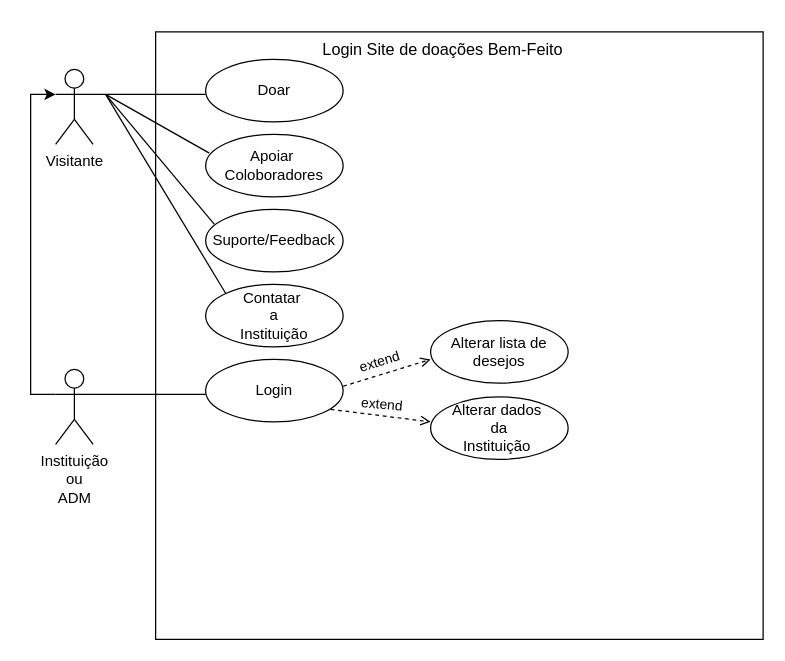
Before: casoDeUsoBemFeito.drawio in Jonathasin/Podre, a draw.io diagram. Source tidied: cells renumbered, new cells numbered last; positions are measured from the earlier drawing's top-left corner, leaving out a move shared by most shapes. Both pictures are drawn from the tidied source at 125%, with x=0, y=0 at pixel (55, 21).
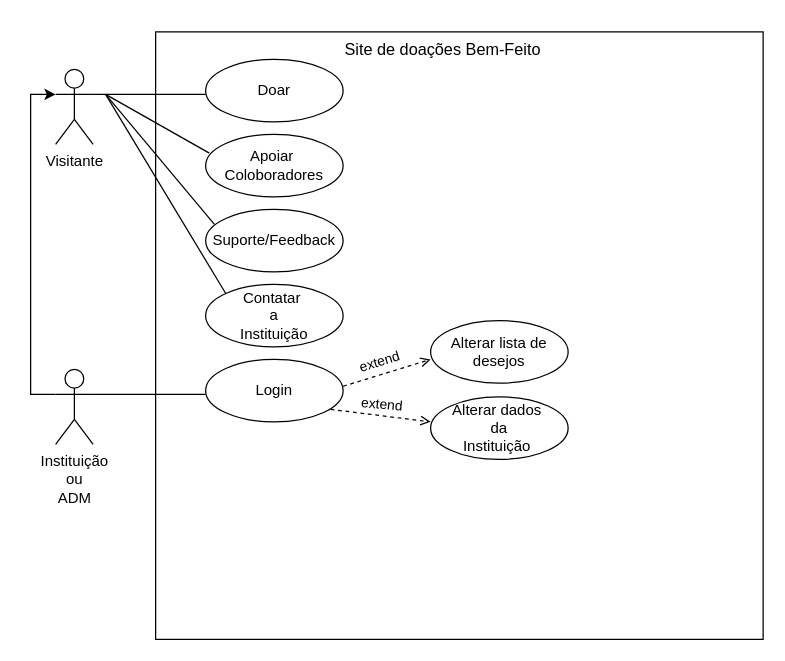
The same page after the edit.

Diff of the diagram source:
```diff
@@
-    <mxCell id="6" value="&lt;font style=&quot;font-size: 13px;&quot;&gt;Login Site de doações Bem-Feito&lt;/font&gt;" style="text;html=1;strokeColor=none;fillColor=none;align=center;verticalAlign=middle;whiteSpace=wrap;overflow=hidden;" parent="1" vertex="1">
+    <mxCell id="6" value="&lt;font style=&quot;font-size: 13px;&quot;&gt;Site de doações Bem-Feito&lt;/font&gt;" style="text;html=1;strokeColor=none;fillColor=none;align=center;verticalAlign=middle;whiteSpace=wrap;overflow=hidden;" parent="1" vertex="1">
       <mxGeometry x="190" width="240" height="44" as="geometry" />
     </mxCell>
```
